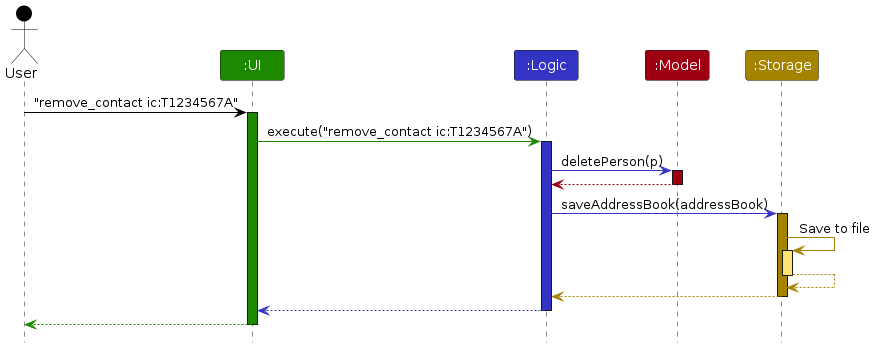
Before: diagrams/ArchitectureSequenceDiagram.png, a diagram exported from PlantUML (AY2526S1-CS2103T-T15-2/tp). Its source is kept beside it as diagrams/ArchitectureSequenceDiagram.puml.
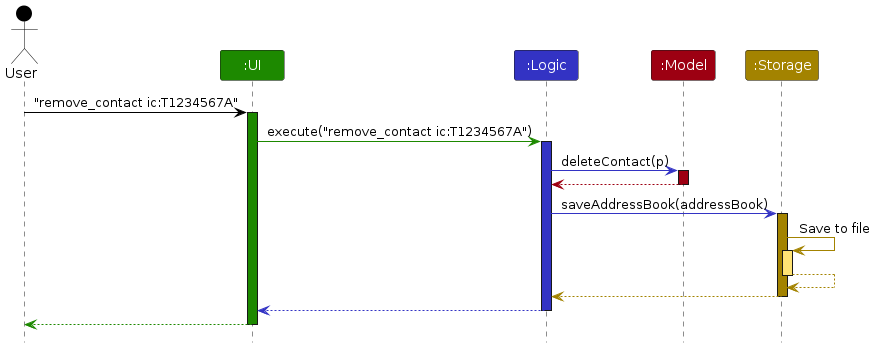
After the change.

What changed in the source:
```diff
@@ -14,7 +14,7 @@
 ui -[UI_COLOR]> logic : execute("remove_contact ic:T1234567A")
 activate logic LOGIC_COLOR
 
-logic -[LOGIC_COLOR]> model : deletePerson(p)
+logic -[LOGIC_COLOR]> model : deleteContact(p)
 activate model MODEL_COLOR
 
 model -[MODEL_COLOR]-> logic
```
